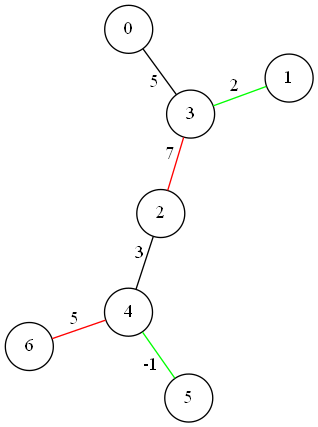
Before: grafosGraphiz/grafo.png, a diagram exported from Graphviz (vanni-gio/Trabalho_PAA2). Its source is kept beside it as grafosGraphiz/grafo.gv.
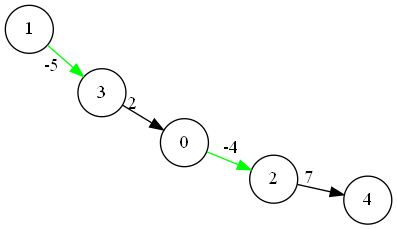
After the change.

The edit, as a diff of the source:
```diff
@@ -1,10 +1,8 @@
-graph G{
+digraph G{
 layout=neato
 	node[shape="circle"]
-4 -- 6 [label="5", color=red]
-2 -- 4 [label="3", color=black]
-1 -- 3 [label="2", color=green]
-2 -- 3 [label="7", color=red]
-0 -- 3 [label="5", color=black]
-4 -- 5 [label="-1", color=green]
+3 -> 0 [label="2", color=black]
+0 -> 2 [label="-4", color=green]
+1 -> 3 [label="-5", color=green]
+2 -> 4 [label="7", color=black]
 }
```
